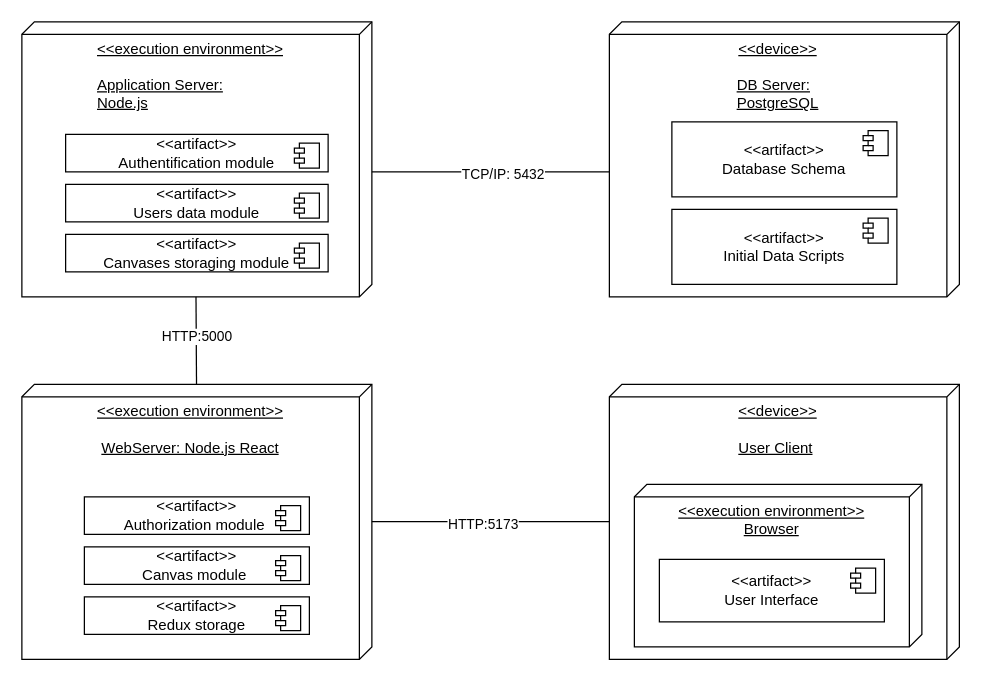
Above: diagrams/deployment.drawio in Nastroyki/diagrams (draw.io), before the change. Source tidied: cells renumbered, new cells numbered last; positions are measured from the earlier drawing's top-left corner, leaving out a move shared by most shapes. Both pictures are drawn from the tidied source at 125%, with x=0, y=0 at pixel (21, 21).
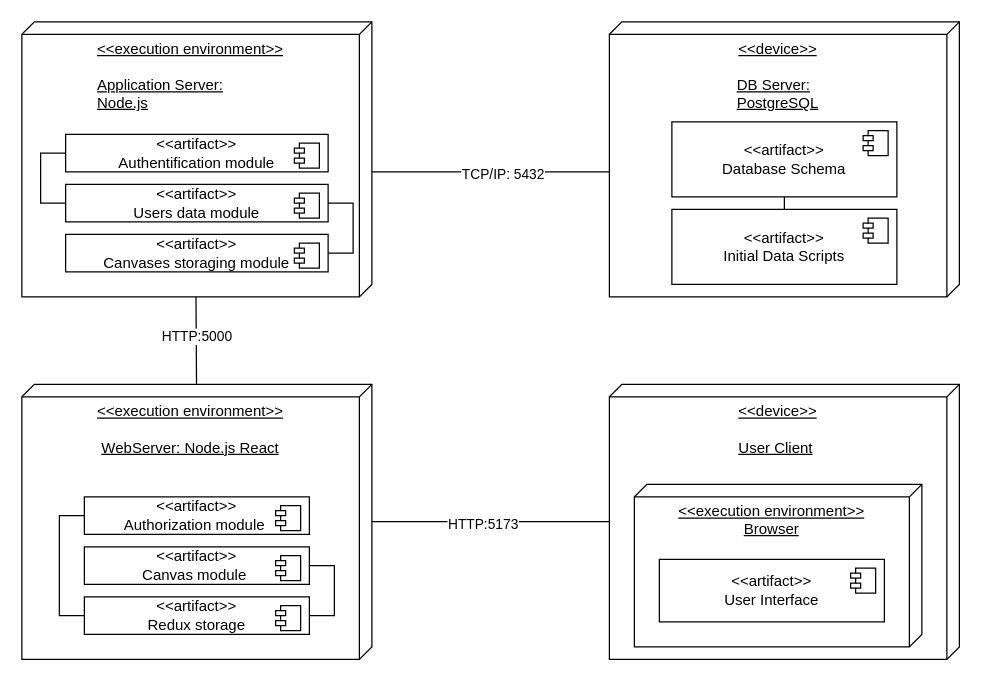
After the change.

Unchanged cells that the change refers to:
```xml
<mxCell id="3" value="&amp;lt;&amp;lt;artifact&amp;gt;&amp;gt;&lt;div&gt;Authentification module&lt;/div&gt;" style="html=1;whiteSpace=wrap;" parent="1" vertex="1">
  <mxGeometry x="35" y="90" width="210" height="30" as="geometry" />
</mxCell>
<mxCell id="6" value="&amp;lt;&amp;lt;artifact&amp;gt;&amp;gt;&lt;div&gt;Authorization module&amp;nbsp;&lt;/div&gt;" style="html=1;whiteSpace=wrap;" parent="1" vertex="1">
  <mxGeometry x="50" y="380" width="180" height="30" as="geometry" />
</mxCell>
<mxCell id="9" value="&amp;lt;&amp;lt;artifact&amp;gt;&amp;gt;&lt;div&gt;Database Schema&lt;/div&gt;" style="html=1;whiteSpace=wrap;" parent="1" vertex="1">
  <mxGeometry x="520" y="80" width="180" height="60" as="geometry" />
</mxCell>
<mxCell id="21" value="&amp;lt;&amp;lt;artifact&amp;gt;&amp;gt;&lt;div&gt;&lt;div&gt;Initial Data Scripts&lt;/div&gt;&lt;/div&gt;" style="html=1;whiteSpace=wrap;" parent="1" vertex="1">
  <mxGeometry x="520" y="150" width="180" height="60" as="geometry" />
</mxCell>
<mxCell id="23" value="&amp;lt;&amp;lt;artifact&amp;gt;&amp;gt;&lt;div&gt;Users data module&lt;/div&gt;" style="html=1;whiteSpace=wrap;" parent="1" vertex="1">
  <mxGeometry x="35" y="130" width="210" height="30" as="geometry" />
</mxCell>
<mxCell id="25" value="&amp;lt;&amp;lt;artifact&amp;gt;&amp;gt;&lt;div&gt;Canvases storaging module&lt;/div&gt;" style="html=1;whiteSpace=wrap;" parent="1" vertex="1">
  <mxGeometry x="35" y="170" width="210" height="30" as="geometry" />
</mxCell>
<mxCell id="27" value="&amp;lt;&amp;lt;artifact&amp;gt;&amp;gt;&lt;div&gt;Canvas module&amp;nbsp;&lt;/div&gt;" style="html=1;whiteSpace=wrap;" parent="1" vertex="1">
  <mxGeometry x="50" y="420" width="180" height="30" as="geometry" />
</mxCell>
<mxCell id="29" value="&amp;lt;&amp;lt;artifact&amp;gt;&amp;gt;&lt;div&gt;Redux storage&lt;/div&gt;" style="html=1;whiteSpace=wrap;" parent="1" vertex="1">
  <mxGeometry x="50" y="460" width="180" height="30" as="geometry" />
</mxCell>
```

The edit, as a diff of the source:
```diff
@@
+    <mxCell id="31" style="edgeStyle=orthogonalEdgeStyle;rounded=0;jettySize=auto;html=1;exitX=0;exitY=0.5;exitDx=0;exitDy=0;entryX=0;entryY=0.5;entryDx=0;entryDy=0;endArrow=none;endFill=0;" parent="1" edge="1" source="3" target="23">
+      <mxGeometry relative="1" as="geometry" />
+    </mxCell>
@@
+    <mxCell id="32" style="edgeStyle=orthogonalEdgeStyle;rounded=0;jettySize=auto;html=1;exitX=0.5;exitY=0;exitDx=0;exitDy=0;entryX=0.5;entryY=1;entryDx=0;entryDy=0;endArrow=none;endFill=0;" parent="1" edge="1" source="21" target="9">
+      <mxGeometry relative="1" as="geometry" />
+    </mxCell>
@@
+    <mxCell id="33" style="edgeStyle=orthogonalEdgeStyle;rounded=0;jettySize=auto;html=1;exitX=1;exitY=0.5;exitDx=0;exitDy=0;entryX=1;entryY=0.5;entryDx=0;entryDy=0;endArrow=none;endFill=0;" parent="1" edge="1" source="25" target="23">
+      <mxGeometry relative="1" as="geometry" />
+    </mxCell>
@@
+    <mxCell id="34" style="edgeStyle=orthogonalEdgeStyle;rounded=0;jettySize=auto;html=1;exitX=0;exitY=0.5;exitDx=0;exitDy=0;entryX=0;entryY=0.5;entryDx=0;entryDy=0;endArrow=none;endFill=0;" parent="1" edge="1" source="29" target="6">
+      <mxGeometry relative="1" as="geometry" />
+    </mxCell>
+    <mxCell id="35" style="edgeStyle=orthogonalEdgeStyle;rounded=0;jettySize=auto;html=1;exitX=1;exitY=0.5;exitDx=0;exitDy=0;entryX=1;entryY=0.5;entryDx=0;entryDy=0;endArrow=none;endFill=0;" parent="1" edge="1" source="29" target="27">
+      <mxGeometry relative="1" as="geometry" />
+    </mxCell>
```
